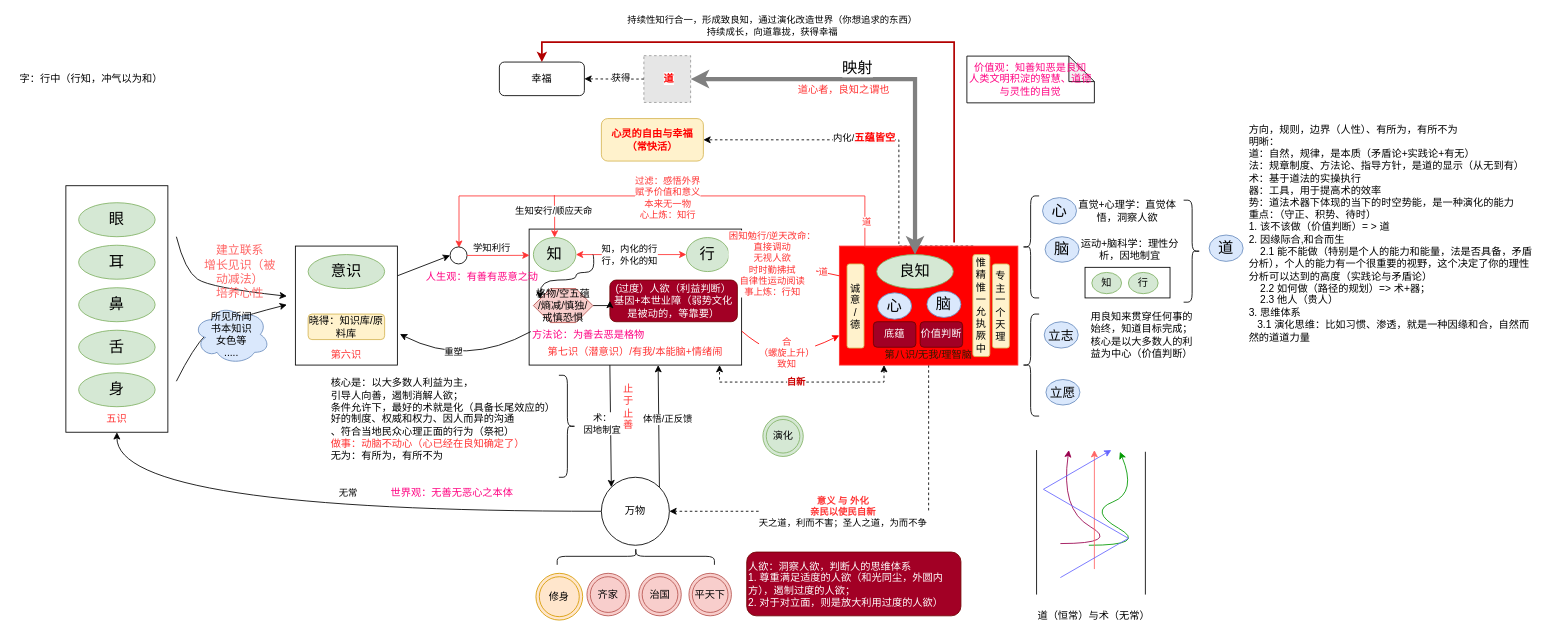
Above: page "良知" (2 of 2) of xinxue.drawio in kason-huang/DrawIO (draw.io), before the change. Source tidied: cells renumbered, new cells numbered last; positions are measured from the earlier drawing's top-left corner, leaving out a move shared by most shapes. Both pictures are drawn from the tidied source at 85%, with x=0, y=0 at pixel (14, 42). Pictures stored in the file or linked from it are replaced by grey dashed boxes.
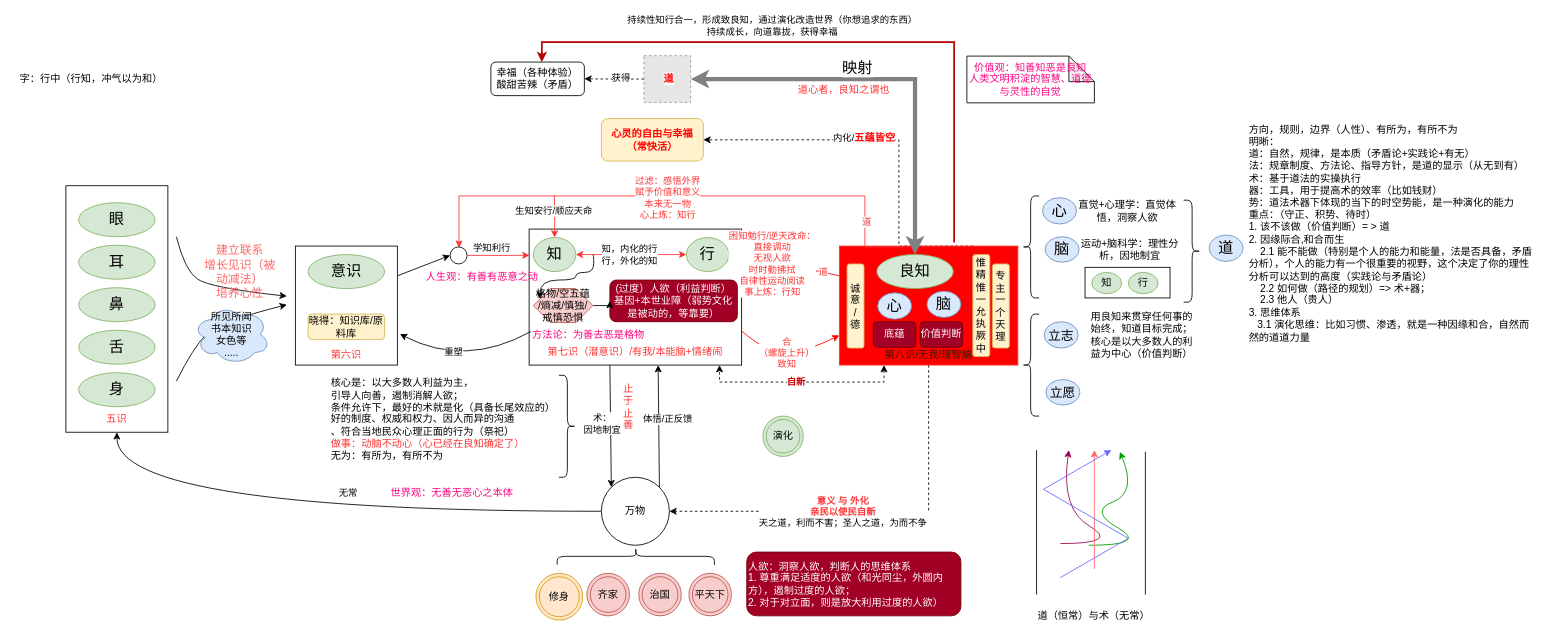
After the change.

The edit, as a diff of the source:
```diff
@@
-    <mxCell id="83" value="方向，规则，边界（人性）、有所为，有所不为&lt;br&gt;明晰：&lt;br&gt;道：自然，规律，是本质（矛盾论+实践论+有无）&lt;br&gt;法：规章制度、方法论、指导方针，是道的显示（从无到有）&lt;br&gt;术：基于道法的实操执行&lt;br&gt;器：工具，用于提高术的效率&lt;br&gt;势：道法术器下体现的当下的时空势能，是一种演化的能力&lt;br&gt;重点：（守正、积势、待时）&lt;br&gt;1. 该不该做（价值判断）= &amp;gt; 道&lt;br&gt;2.&amp;nbsp;因缘际合,和合而生&lt;br&gt;&lt;span style=&quot;&quot;&gt;&lt;span style=&quot;&quot;&gt;&amp;nbsp;&amp;nbsp;&amp;nbsp;&amp;nbsp;&lt;/span&gt;&lt;/span&gt;2.1 能不能做（特别是个人的能力和能量，法是否具备，矛盾分析），个人的能力有一个很重要的视野，这个决定了你的理性分析可以达到的高度（实践论与矛盾论）&lt;br&gt;&lt;span style=&quot;&quot;&gt;&lt;span style=&quot;&quot;&gt;&amp;nbsp;&amp;nbsp;&amp;nbsp;&amp;nbsp;&lt;/span&gt;&lt;/span&gt;2.2&amp;nbsp;如何做（路径的规划）=&amp;gt; 术+器；&lt;br&gt;&amp;nbsp; &amp;nbsp; 2.3 他人（贵人）&lt;br&gt;3. 思维体系&lt;br&gt;&amp;nbsp; &amp;nbsp;3.1 演化思维：比如习惯、渗透，就是一种因缘和合，自然而然的道道力量" style="text;html=1;strokeColor=none;fillColor=none;align=left;verticalAlign=middle;whiteSpace=wrap;rounded=0;" parent="1" vertex="1">
+    <mxCell id="83" value="方向，规则，边界（人性）、有所为，有所不为&lt;br&gt;明晰：&lt;br&gt;道：自然，规律，是本质（矛盾论+实践论+有无）&lt;br&gt;法：规章制度、方法论、指导方针，是道的显示（从无到有）&lt;br&gt;术：基于道法的实操执行&lt;br&gt;器：工具，用于提高术的效率（比如钱财）&lt;br&gt;势：道法术器下体现的当下的时空势能，是一种演化的能力&lt;br&gt;重点：（守正、积势、待时）&lt;br&gt;1. 该不该做（价值判断）= &amp;gt; 道&lt;br&gt;2.&amp;nbsp;因缘际合,和合而生&lt;br&gt;&lt;span style=&quot;&quot;&gt;&lt;span style=&quot;&quot;&gt;&amp;nbsp;&amp;nbsp;&amp;nbsp;&amp;nbsp;&lt;/span&gt;&lt;/span&gt;2.1 能不能做（特别是个人的能力和能量，法是否具备，矛盾分析），个人的能力有一个很重要的视野，这个决定了你的理性分析可以达到的高度（实践论与矛盾论）&lt;br&gt;&lt;span style=&quot;&quot;&gt;&lt;span style=&quot;&quot;&gt;&amp;nbsp;&amp;nbsp;&amp;nbsp;&amp;nbsp;&lt;/span&gt;&lt;/span&gt;2.2&amp;nbsp;如何做（路径的规划）=&amp;gt; 术+器；&lt;br&gt;&amp;nbsp; &amp;nbsp; 2.3 他人（贵人）&lt;br&gt;3. 思维体系&lt;br&gt;&amp;nbsp; &amp;nbsp;3.1 演化思维：比如习惯、渗透，就是一种因缘和合，自然而然的道道力量" style="text;html=1;strokeColor=none;fillColor=none;align=left;verticalAlign=middle;whiteSpace=wrap;rounded=0;" parent="1" vertex="1">
       <mxGeometry x="1450" y="200" width="340" height="50" as="geometry" />
     </mxCell>
@@
-    <mxCell id="108" value="幸福" style="rounded=1;whiteSpace=wrap;html=1;" parent="1" vertex="1">
-      <mxGeometry x="570" y="23.5" width="100" height="39.5" as="geometry" />
+    <mxCell id="108" value="幸福（各种体验）&lt;br&gt;酸甜苦辣（矛盾）" style="rounded=1;whiteSpace=wrap;html=1;" parent="1" vertex="1">
+      <mxGeometry x="560" y="23.5" width="110" height="39.5" as="geometry" />
     </mxCell>
```
